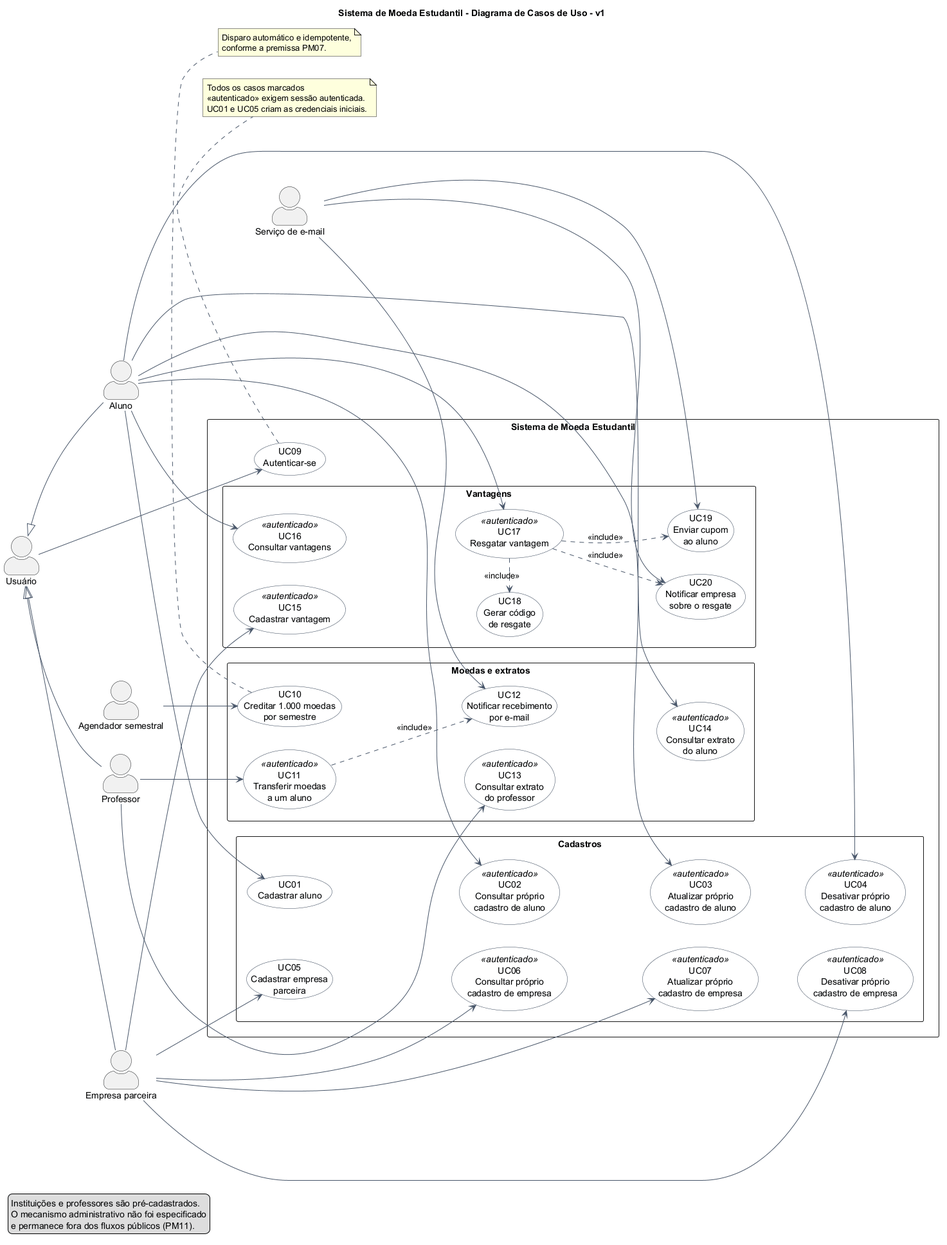
Before: docs/sprint-01/diagramas/v1/renderizados/casos-de-uso.png, a diagram exported from PlantUML (mariaclaranerii/sistema-moeda-estudantil).
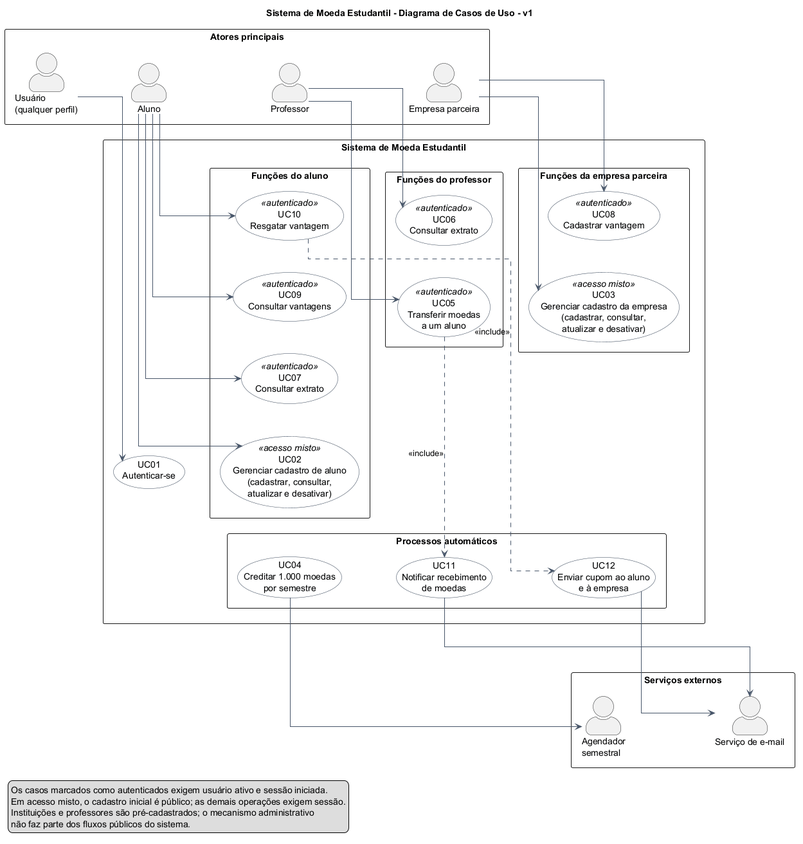
The same file after the commit.

The edit, as a diff of the source:
```diff
@@ -3,126 +3,102 @@
 left to right direction
 
 skinparam shadowing false
+skinparam linetype ortho
 skinparam packageStyle rectangle
 skinparam actorStyle awesome
+skinparam nodesep 50
+skinparam ranksep 55
 skinparam usecase {
   BackgroundColor #F8FAFC
   BorderColor #334155
   ArrowColor #475569
 }
 
-actor "Usuário" as Usuario
-actor "Aluno" as Aluno
-actor "Professor" as Professor
-actor "Empresa parceira" as Empresa
-actor "Agendador semestral" as Agendador
-actor "Serviço de e-mail" as Email
+package "Atores principais" {
+  actor "Usuário\n(qualquer perfil)" as Usuario
+  actor "Aluno" as Aluno
+  actor "Professor" as Professor
+  actor "Empresa parceira" as Empresa
 
-Usuario <|-- Aluno
-Usuario <|-- Professor
-Usuario <|-- Empresa
+  Usuario -[hidden]down- Aluno
+  Aluno -[hidden]down- Professor
+  Professor -[hidden]down- Empresa
+}
 
 rectangle "Sistema de Moeda Estudantil" {
-  usecase "UC09\nAutenticar-se" as UC09
+  usecase "UC01\nAutenticar-se" as UC01
 
-  package "Cadastros" {
-    usecase "UC01\nCadastrar aluno" as UC01
-    usecase "UC02\nConsultar próprio\ncadastro de aluno" as UC02 <<autenticado>>
-    usecase "UC03\nAtualizar próprio\ncadastro de aluno" as UC03 <<autenticado>>
-    usecase "UC04\nDesativar próprio\ncadastro de aluno" as UC04 <<autenticado>>
+  package "Funções do aluno" {
+    usecase "UC02\nGerenciar cadastro de aluno\n(cadastrar, consultar,\natualizar e desativar)" as UC02 <<acesso misto>>
+    usecase "UC07\nConsultar extrato" as UC07 <<autenticado>>
+    usecase "UC09\nConsultar vantagens" as UC09 <<autenticado>>
+    usecase "UC10\nResgatar vantagem" as UC10 <<autenticado>>
 
-    usecase "UC05\nCadastrar empresa\nparceira" as UC05
-    usecase "UC06\nConsultar próprio\ncadastro de empresa" as UC06 <<autenticado>>
-    usecase "UC07\nAtualizar próprio\ncadastro de empresa" as UC07 <<autenticado>>
-    usecase "UC08\nDesativar próprio\ncadastro de empresa" as UC08 <<autenticado>>
-
-    UC01 -[hidden]right-> UC05
-    UC02 -[hidden]right-> UC06
-    UC03 -[hidden]right-> UC07
-    UC04 -[hidden]right-> UC08
-    UC01 -[hidden]down-> UC02
-    UC02 -[hidden]down-> UC03
-    UC03 -[hidden]down-> UC04
-    UC05 -[hidden]down-> UC06
-    UC06 -[hidden]down-> UC07
-    UC07 -[hidden]down-> UC08
+    UC02 -[hidden]right- UC07
+    UC07 -[hidden]right- UC09
+    UC09 -[hidden]right- UC10
   }
 
-  package "Moedas e extratos" {
-    usecase "UC10\nCreditar 1.000 moedas\npor semestre" as UC10
-    usecase "UC11\nTransferir moedas\na um aluno" as UC11 <<autenticado>>
-    usecase "UC12\nNotificar recebimento\npor e-mail" as UC12
-    usecase "UC13\nConsultar extrato\ndo professor" as UC13 <<autenticado>>
-    usecase "UC14\nConsultar extrato\ndo aluno" as UC14 <<autenticado>>
+  package "Funções do professor" {
+    usecase "UC05\nTransferir moedas\na um aluno" as UC05 <<autenticado>>
+    usecase "UC06\nConsultar extrato" as UC06 <<autenticado>>
 
-    UC10 -[hidden]right-> UC11
-    UC12 -[hidden]right-> UC13
-    UC10 -[hidden]down-> UC12
-    UC11 -[hidden]down-> UC13
-    UC13 -[hidden]down-> UC14
+    UC05 -[hidden]right- UC06
   }
 
-  package "Vantagens" {
-    usecase "UC15\nCadastrar vantagem" as UC15 <<autenticado>>
-    usecase "UC16\nConsultar vantagens" as UC16 <<autenticado>>
-    usecase "UC17\nResgatar vantagem" as UC17 <<autenticado>>
-    usecase "UC18\nGerar código\nde resgate" as UC18
-    usecase "UC19\nEnviar cupom\nao aluno" as UC19
-    usecase "UC20\nNotificar empresa\nsobre o resgate" as UC20
+  package "Funções da empresa parceira" {
+    usecase "UC03\nGerenciar cadastro da empresa\n(cadastrar, consultar,\natualizar e desativar)" as UC03 <<acesso misto>>
+    usecase "UC08\nCadastrar vantagem" as UC08 <<autenticado>>
 
-    UC15 -[hidden]right-> UC16
-    UC17 -[hidden]right-> UC18
-    UC19 -[hidden]right-> UC20
-    UC15 -[hidden]down-> UC17
-    UC17 -[hidden]down-> UC19
-    UC16 -[hidden]down-> UC18
-    UC18 -[hidden]down-> UC20
+    UC03 -[hidden]right- UC08
   }
+
+  package "Processos automáticos" {
+    usecase "UC04\nCreditar 1.000 moedas\npor semestre" as UC04
+    usecase "UC11\nNotificar recebimento\nde moedas" as UC11
+    usecase "UC12\nEnviar cupom ao aluno\ne à empresa" as UC12
+
+    UC04 -[hidden]down- UC11
+    UC11 -[hidden]down- UC12
+  }
+
+  UC01 -[hidden]down- UC02
+  UC02 -[hidden]down- UC05
+  UC05 -[hidden]down- UC03
+  UC01 -[hidden]right- UC04
 }
 
-Usuario --> UC09
+package "Serviços externos" {
+  actor "Agendador\nsemestral" as Agendador
+  actor "Serviço de e-mail" as Email
 
-Aluno --> UC01
+  Agendador -[hidden]down- Email
+}
+
+Usuario --> UC01
+
 Aluno --> UC02
-Aluno --> UC03
-Aluno --> UC04
-Aluno --> UC14
-Aluno --> UC16
-Aluno --> UC17
+Aluno --> UC07
+Aluno --> UC09
+Aluno --> UC10
 
-Professor --> UC11
-Professor --> UC13
+Professor --> UC05
+Professor --> UC06
 
-Empresa --> UC05
-Empresa --> UC06
-Empresa --> UC07
+Empresa --> UC03
 Empresa --> UC08
-Empresa --> UC15
 
-Agendador --> UC10
-Email --> UC12
-Email --> UC19
-Email --> UC20
+UC04 --> Agendador
+UC11 --> Email
+UC12 --> Email
 
-UC11 .> UC12 : <<include>>
-UC17 .> UC18 : <<include>>
-UC17 .> UC19 : <<include>>
-UC17 .> UC20 : <<include>>
-
-note bottom of UC09
-  Todos os casos marcados
-  <<autenticado>> exigem sessão autenticada.
-  UC01 e UC05 criam as credenciais iniciais.
-end note
-
-note bottom of UC10
-  Disparo automático e idempotente,
-  conforme a premissa PM07.
-end note
+UC05 .> UC11 : <<include>>
+UC10 .> UC12 : <<include>>
 
 legend bottom left
-  Instituições e professores são pré-cadastrados.
-  O mecanismo administrativo não foi especificado
-  e permanece fora dos fluxos públicos (PM11).
+  Os casos marcados como autenticados exigem usuário ativo e sessão iniciada.
+  Em acesso misto, o cadastro inicial é público; as demais operações exigem sessão.
+  Instituições e professores são pré-cadastrados; o mecanismo administrativo
+  não faz parte dos fluxos públicos do sistema.
 endlegend
 @enduml
```
